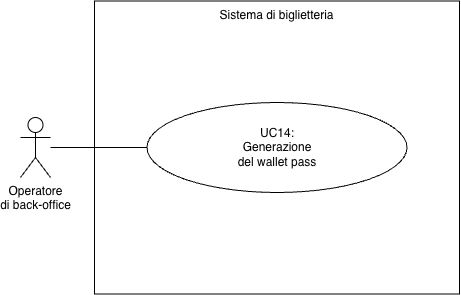
Leddosja/thesis-EdisHodja keeps this draw.io diagram as img/diagrams/uc-14.png. Above is the earlier version. Source tidied: cells renumbered, new cells last; positions are measured from the earlier drawing's top-left corner, leaving out a move shared by most shapes. The source it was exported from:
```xml
<mxGraphModel background="#FFFFFF">
  <root>
    <mxCell id="0" />
    <mxCell id="1" parent="0" />
    <mxCell id="2" value="Sistema di biglietteria" style="rounded=0;whiteSpace=wrap;html=1;fillColor=default;verticalAlign=top;" parent="1" vertex="1">
      <mxGeometry x="74" y="0.5" width="365" height="293" as="geometry" />
    </mxCell>
    <mxCell id="3" value="UC14:&lt;br&gt;Generazione&lt;div&gt;del wallet pass&lt;/div&gt;" style="ellipse;whiteSpace=wrap;html=1;rounded=0;strokeColor=default;align=center;verticalAlign=middle;fontFamily=Helvetica;fontSize=12;fontColor=default;fillColor=default;" parent="1" vertex="1">
      <mxGeometry x="126.5" y="102" width="260" height="90" as="geometry" />
    </mxCell>
    <mxCell id="4" style="edgeStyle=none;html=1;entryX=0;entryY=0.5;entryDx=0;entryDy=0;endArrow=none;endFill=0;" parent="1" edge="1" source="5" target="3">
      <mxGeometry relative="1" as="geometry" />
    </mxCell>
    <mxCell id="5" value="Operatore&lt;br&gt;di back-office" style="shape=umlActor;verticalLabelPosition=bottom;verticalAlign=top;html=1;rounded=0;strokeColor=default;align=center;fontFamily=Helvetica;fontSize=12;fontColor=default;fillColor=default;labelPosition=center;" parent="1" vertex="1">
      <mxGeometry y="117" width="30" height="60" as="geometry" />
    </mxCell>
  </root>
</mxGraphModel>
```
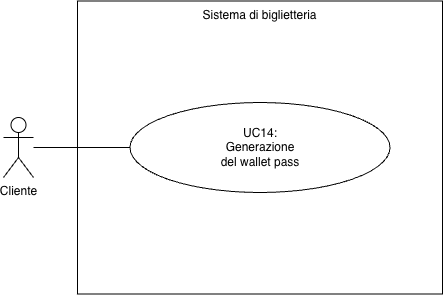
The same diagram one commit later.

Diff of the diagram source:
```diff
@@ -11,7 +11,7 @@
     <mxCell id="4" style="edgeStyle=none;html=1;entryX=0;entryY=0.5;entryDx=0;entryDy=0;endArrow=none;endFill=0;" parent="1" edge="1" source="5" target="3">
       <mxGeometry relative="1" as="geometry" />
     </mxCell>
-    <mxCell id="5" value="Operatore&lt;br&gt;di back-office" style="shape=umlActor;verticalLabelPosition=bottom;verticalAlign=top;html=1;rounded=0;strokeColor=default;align=center;fontFamily=Helvetica;fontSize=12;fontColor=default;fillColor=default;labelPosition=center;" parent="1" vertex="1">
+    <mxCell id="5" value="Cliente" style="shape=umlActor;verticalLabelPosition=bottom;verticalAlign=top;html=1;rounded=0;strokeColor=default;align=center;fontFamily=Helvetica;fontSize=12;fontColor=default;fillColor=default;labelPosition=center;" parent="1" vertex="1">
       <mxGeometry y="117" width="30" height="60" as="geometry" />
     </mxCell>
   </root>
```
